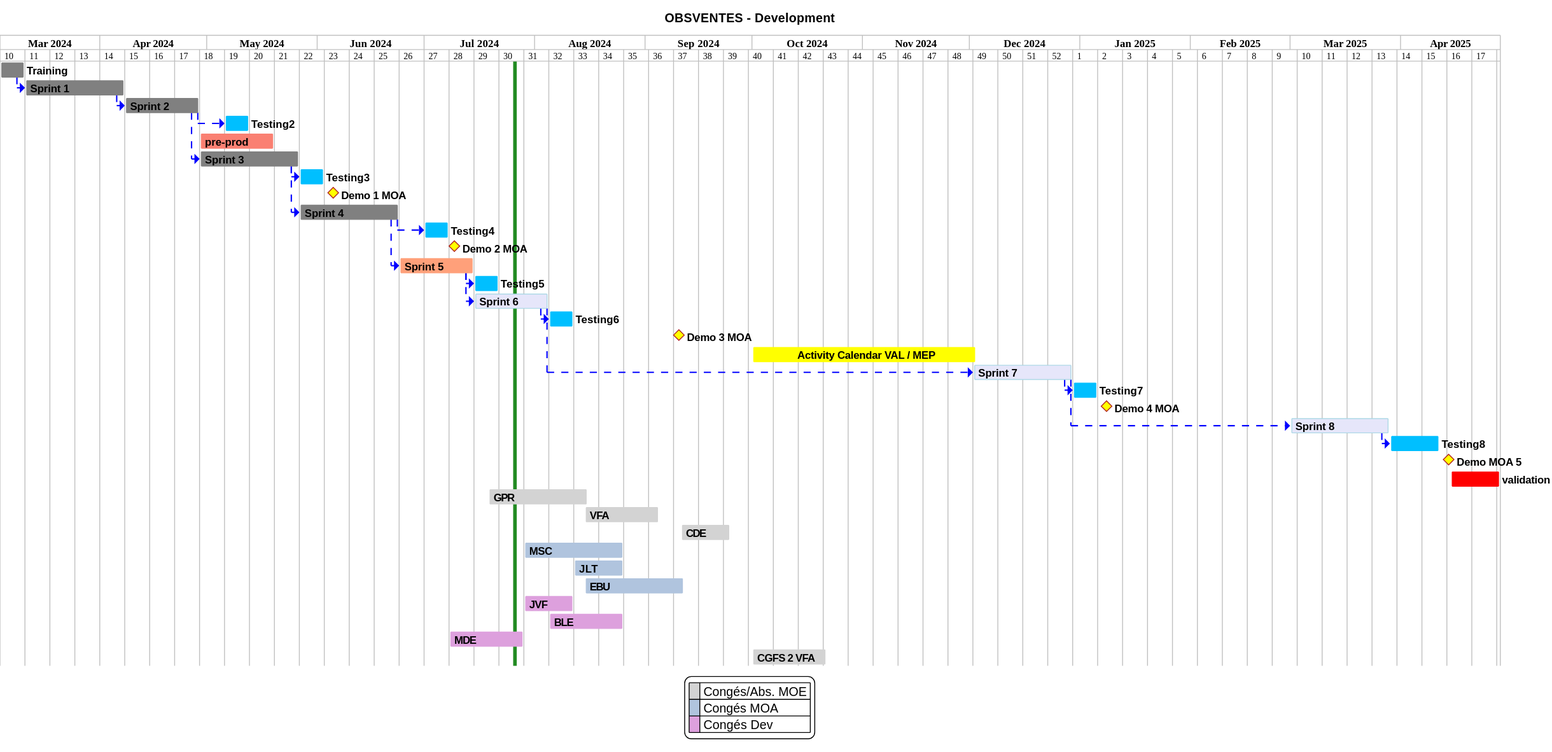
The PlantUML diagram projects/obsvente/not/images/refonte-obsventes-planning-sprints.svg in sumaris-net/sumaris-doc, before a commit.
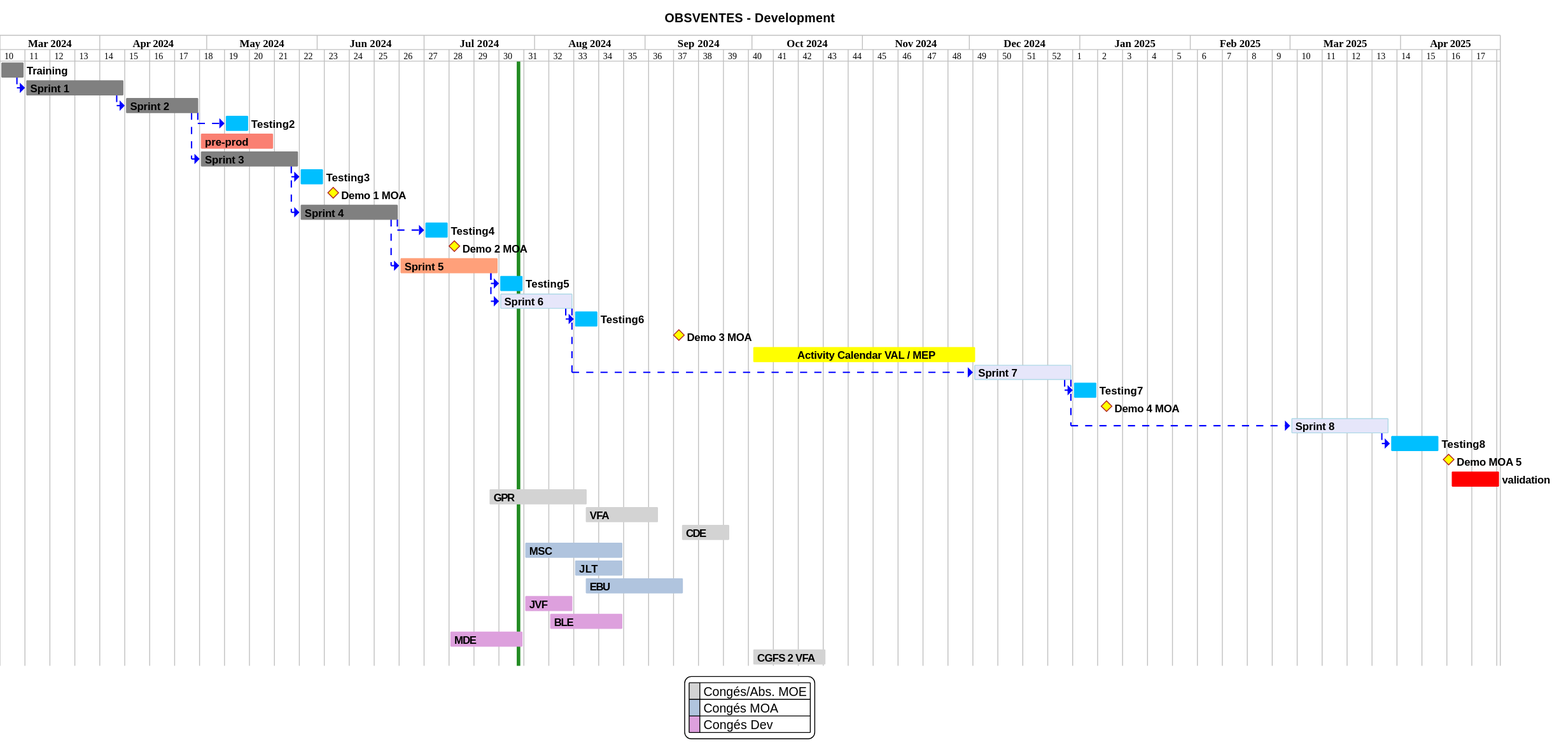
The same diagram one commit later.

Commit message:
[not] update planning and sprints dashboard (ActiFLot, ObsVentes)

The edit, as a diff of the source:
```diff
@@ -87,7 +87,7 @@
 [TASK4]->[Testing4]
 [Demo 2 MOA] happens 9th of July 2024
 
-[Sprint 5] as [TASK5] requires 3 weeks and starts the 24th of June 2024
+[Sprint 5] as [TASK5] requires 4 weeks and starts the 24th of June 2024
 [TASK5] is colored in lightsalmon
 [TASK4]->[TASK5]
 [Testing5] requires 1 week
```
